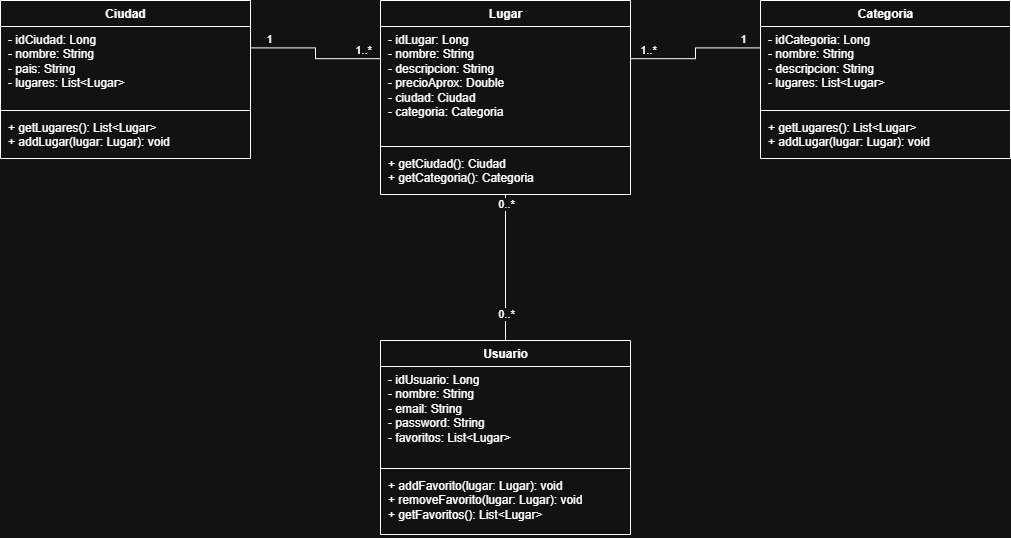
Above: docs/UML.PNG in danilogar019-dotcom/erasmate-backend (draw.io), before the change. Source tidied: cells renumbered, new cells last; positions are measured from the earlier drawing's top-left corner, leaving out a move shared by most shapes. The source it was exported from:
```xml
<mxGraphModel>
  <root>
    <mxCell id="0" />
    <mxCell id="1" parent="0" />
    <mxCell id="2" value="Ciudad" style="swimlane;fontStyle=1;align=center;verticalAlign=top;horizontal=1;startSize=26;html=1;" parent="1" vertex="1">
      <mxGeometry width="250" height="158" as="geometry" />
    </mxCell>
    <mxCell id="3" value="- idCiudad: Long&lt;br&gt;- nombre: String&lt;br&gt;- pais: String&lt;br&gt;- lugares: List&amp;lt;Lugar&amp;gt;" style="text;strokeColor=none;fillColor=none;align=left;verticalAlign=top;spacingLeft=6;spacingRight=4;overflow=hidden;whiteSpace=wrap;html=1;" parent="2" vertex="1">
      <mxGeometry y="26" width="250" height="80" as="geometry" />
    </mxCell>
    <mxCell id="4" style="line;strokeWidth=1;fillColor=none;align=left;verticalAlign=middle;spacingTop=-1;spacingLeft=3;spacingRight=3;labelPosition=right;strokeColor=inherit;" parent="2" vertex="1">
      <mxGeometry y="106" width="250" height="8" as="geometry" />
    </mxCell>
    <mxCell id="5" value="+ getLugares(): List&amp;lt;Lugar&amp;gt;&lt;br&gt;+ addLugar(lugar: Lugar): void" style="text;strokeColor=none;fillColor=none;align=left;verticalAlign=top;spacingLeft=6;spacingRight=4;overflow=hidden;whiteSpace=wrap;html=1;" parent="2" vertex="1">
      <mxGeometry y="114" width="250" height="44" as="geometry" />
    </mxCell>
    <mxCell id="6" value="Lugar" style="swimlane;fontStyle=1;align=center;verticalAlign=top;horizontal=1;startSize=26;html=1;" parent="1" vertex="1">
      <mxGeometry x="380" width="250" height="194" as="geometry" />
    </mxCell>
    <mxCell id="7" value="- idLugar: Long&lt;br&gt;- nombre: String&lt;br&gt;- descripcion: String&lt;br&gt;- precioAprox: Double&lt;br&gt;- ciudad: Ciudad&lt;br&gt;- categoria: Categoria" style="text;strokeColor=none;fillColor=none;align=left;verticalAlign=top;spacingLeft=6;spacingRight=4;overflow=hidden;whiteSpace=wrap;html=1;" parent="6" vertex="1">
      <mxGeometry y="26" width="250" height="116" as="geometry" />
    </mxCell>
    <mxCell id="8" style="line;strokeWidth=1;fillColor=none;align=left;verticalAlign=middle;spacingTop=-1;spacingLeft=3;spacingRight=3;labelPosition=right;strokeColor=inherit;" parent="6" vertex="1">
      <mxGeometry y="142" width="250" height="8" as="geometry" />
    </mxCell>
    <mxCell id="9" value="+ getCiudad(): Ciudad&lt;br&gt;+ getCategoria(): Categoria" style="text;strokeColor=none;fillColor=none;align=left;verticalAlign=top;spacingLeft=6;spacingRight=4;overflow=hidden;whiteSpace=wrap;html=1;" parent="6" vertex="1">
      <mxGeometry y="150" width="250" height="44" as="geometry" />
    </mxCell>
    <mxCell id="10" value="Categoria" style="swimlane;fontStyle=1;align=center;verticalAlign=top;horizontal=1;startSize=26;html=1;" parent="1" vertex="1">
      <mxGeometry x="760" width="250" height="158" as="geometry" />
    </mxCell>
    <mxCell id="11" value="- idCategoria: Long&lt;br&gt;- nombre: String&lt;br&gt;- descripcion: String&lt;br&gt;- lugares: List&amp;lt;Lugar&amp;gt;" style="text;strokeColor=none;fillColor=none;align=left;verticalAlign=top;spacingLeft=6;spacingRight=4;overflow=hidden;whiteSpace=wrap;html=1;" parent="10" vertex="1">
      <mxGeometry y="26" width="250" height="80" as="geometry" />
    </mxCell>
    <mxCell id="12" style="line;strokeWidth=1;fillColor=none;align=left;verticalAlign=middle;spacingTop=-1;spacingLeft=3;spacingRight=3;labelPosition=right;strokeColor=inherit;" parent="10" vertex="1">
      <mxGeometry y="106" width="250" height="8" as="geometry" />
    </mxCell>
    <mxCell id="13" value="+ getLugares(): List&amp;lt;Lugar&amp;gt;&lt;br&gt;+ addLugar(lugar: Lugar): void" style="text;strokeColor=none;fillColor=none;align=left;verticalAlign=top;spacingLeft=6;spacingRight=4;overflow=hidden;whiteSpace=wrap;html=1;" parent="10" vertex="1">
      <mxGeometry y="114" width="250" height="44" as="geometry" />
    </mxCell>
    <mxCell id="14" value="Usuario" style="swimlane;fontStyle=1;align=center;verticalAlign=top;horizontal=1;startSize=26;html=1;" parent="1" vertex="1">
      <mxGeometry x="380" y="340" width="250" height="194" as="geometry" />
    </mxCell>
    <mxCell id="15" value="- idUsuario: Long&lt;br&gt;- nombre: String&lt;br&gt;- email: String&lt;br&gt;- password: String&lt;br&gt;- favoritos: List&amp;lt;Lugar&amp;gt;" style="text;strokeColor=none;fillColor=none;align=left;verticalAlign=top;spacingLeft=6;spacingRight=4;overflow=hidden;whiteSpace=wrap;html=1;" parent="14" vertex="1">
      <mxGeometry y="26" width="250" height="98" as="geometry" />
    </mxCell>
    <mxCell id="16" style="line;strokeWidth=1;fillColor=none;align=left;verticalAlign=middle;spacingTop=-1;spacingLeft=3;spacingRight=3;labelPosition=right;strokeColor=inherit;" parent="14" vertex="1">
      <mxGeometry y="124" width="250" height="8" as="geometry" />
    </mxCell>
    <mxCell id="17" value="+ addFavorito(lugar: Lugar): void&lt;br&gt;+ removeFavorito(lugar: Lugar): void&lt;br&gt;+ getFavoritos(): List&amp;lt;Lugar&amp;gt;" style="text;strokeColor=none;fillColor=none;align=left;verticalAlign=top;spacingLeft=6;spacingRight=4;overflow=hidden;whiteSpace=wrap;html=1;" parent="14" vertex="1">
      <mxGeometry y="132" width="250" height="62" as="geometry" />
    </mxCell>
    <mxCell id="18" style="endArrow=none;html=1;rounded=0;edgeStyle=orthogonalEdgeStyle;exitX=1;exitY=0.3;entryX=0;entryY=0.3;" parent="1" edge="1" source="2" target="6">
      <mxGeometry relative="1" as="geometry" />
    </mxCell>
    <mxCell id="19" value="1" style="edgeLabel;html=1;align=center;verticalAlign=bottom;" parent="18" vertex="1">
      <mxGeometry x="-0.75" relative="1" as="geometry" />
    </mxCell>
    <mxCell id="20" value="1..*" style="edgeLabel;html=1;align=center;verticalAlign=bottom;" parent="18" vertex="1">
      <mxGeometry x="0.75" relative="1" as="geometry" />
    </mxCell>
    <mxCell id="21" style="endArrow=none;html=1;rounded=0;edgeStyle=orthogonalEdgeStyle;exitX=0;exitY=0.3;entryX=1;entryY=0.3;" parent="1" edge="1" source="10" target="6">
      <mxGeometry relative="1" as="geometry" />
    </mxCell>
    <mxCell id="22" value="1" style="edgeLabel;html=1;align=center;verticalAlign=bottom;" parent="21" vertex="1">
      <mxGeometry x="-0.75" relative="1" as="geometry" />
    </mxCell>
    <mxCell id="23" value="1..*" style="edgeLabel;html=1;align=center;verticalAlign=bottom;" parent="21" vertex="1">
      <mxGeometry x="0.75" relative="1" as="geometry" />
    </mxCell>
    <mxCell id="24" style="endArrow=none;html=1;rounded=0;edgeStyle=orthogonalEdgeStyle;exitX=0.5;exitY=0;entryX=0.5;entryY=1;" parent="1" edge="1" source="14" target="6">
      <mxGeometry relative="1" as="geometry" />
    </mxCell>
    <mxCell id="25" value="0..*" style="edgeLabel;html=1;align=center;verticalAlign=bottom;" parent="24" vertex="1">
      <mxGeometry x="-0.75" relative="1" as="geometry" />
    </mxCell>
    <mxCell id="26" value="0..*" style="edgeLabel;html=1;align=center;verticalAlign=bottom;" parent="24" vertex="1">
      <mxGeometry x="0.75" relative="1" as="geometry" />
    </mxCell>
  </root>
</mxGraphModel>
```
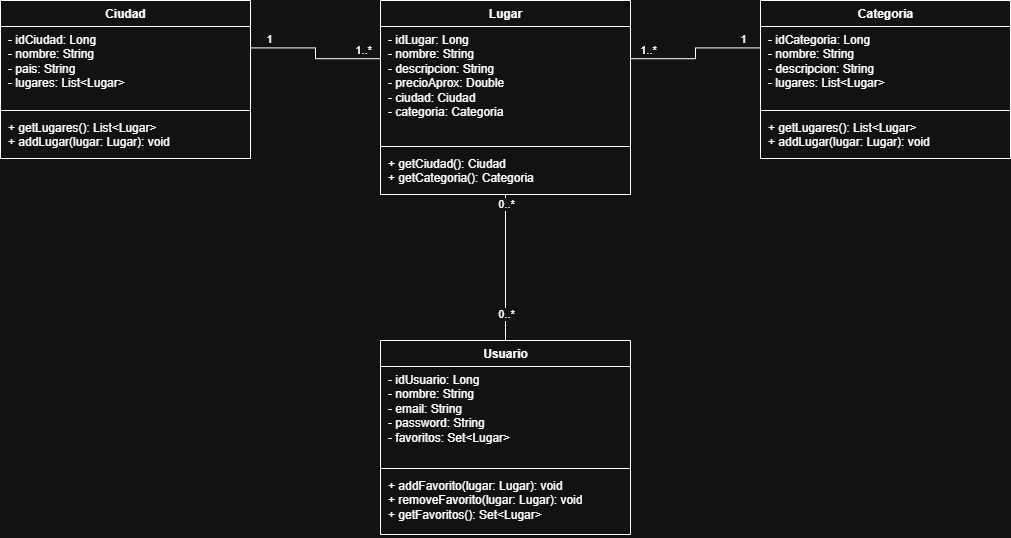
Above is the later version.

Commit message:
Actualizar UML con Set de favoritos

The edit, as a diff of the source:
```diff
@@ -41,13 +41,13 @@
     <mxCell id="14" value="Usuario" style="swimlane;fontStyle=1;align=center;verticalAlign=top;horizontal=1;startSize=26;html=1;" parent="1" vertex="1">
       <mxGeometry x="380" y="340" width="250" height="194" as="geometry" />
     </mxCell>
-    <mxCell id="15" value="- idUsuario: Long&lt;br&gt;- nombre: String&lt;br&gt;- email: String&lt;br&gt;- password: String&lt;br&gt;- favoritos: List&amp;lt;Lugar&amp;gt;" style="text;strokeColor=none;fillColor=none;align=left;verticalAlign=top;spacingLeft=6;spacingRight=4;overflow=hidden;whiteSpace=wrap;html=1;" parent="14" vertex="1">
+    <mxCell id="15" value="- idUsuario: Long&lt;br&gt;- nombre: String&lt;br&gt;- email: String&lt;br&gt;- password: String&lt;br&gt;- favoritos: Set&amp;lt;Lugar&amp;gt;" style="text;strokeColor=none;fillColor=none;align=left;verticalAlign=top;spacingLeft=6;spacingRight=4;overflow=hidden;whiteSpace=wrap;html=1;" parent="14" vertex="1">
       <mxGeometry y="26" width="250" height="98" as="geometry" />
     </mxCell>
     <mxCell id="16" style="line;strokeWidth=1;fillColor=none;align=left;verticalAlign=middle;spacingTop=-1;spacingLeft=3;spacingRight=3;labelPosition=right;strokeColor=inherit;" parent="14" vertex="1">
       <mxGeometry y="124" width="250" height="8" as="geometry" />
     </mxCell>
-    <mxCell id="17" value="+ addFavorito(lugar: Lugar): void&lt;br&gt;+ removeFavorito(lugar: Lugar): void&lt;br&gt;+ getFavoritos(): List&amp;lt;Lugar&amp;gt;" style="text;strokeColor=none;fillColor=none;align=left;verticalAlign=top;spacingLeft=6;spacingRight=4;overflow=hidden;whiteSpace=wrap;html=1;" parent="14" vertex="1">
+    <mxCell id="17" value="+ addFavorito(lugar: Lugar): void&lt;br&gt;+ removeFavorito(lugar: Lugar): void&lt;br&gt;+ getFavoritos(): Set&amp;lt;Lugar&amp;gt;" style="text;strokeColor=none;fillColor=none;align=left;verticalAlign=top;spacingLeft=6;spacingRight=4;overflow=hidden;whiteSpace=wrap;html=1;" parent="14" vertex="1">
       <mxGeometry y="132" width="250" height="62" as="geometry" />
     </mxCell>
     <mxCell id="18" style="endArrow=none;html=1;rounded=0;edgeStyle=orthogonalEdgeStyle;exitX=1;exitY=0.3;entryX=0;entryY=0.3;" parent="1" edge="1" source="2" target="6">
```
